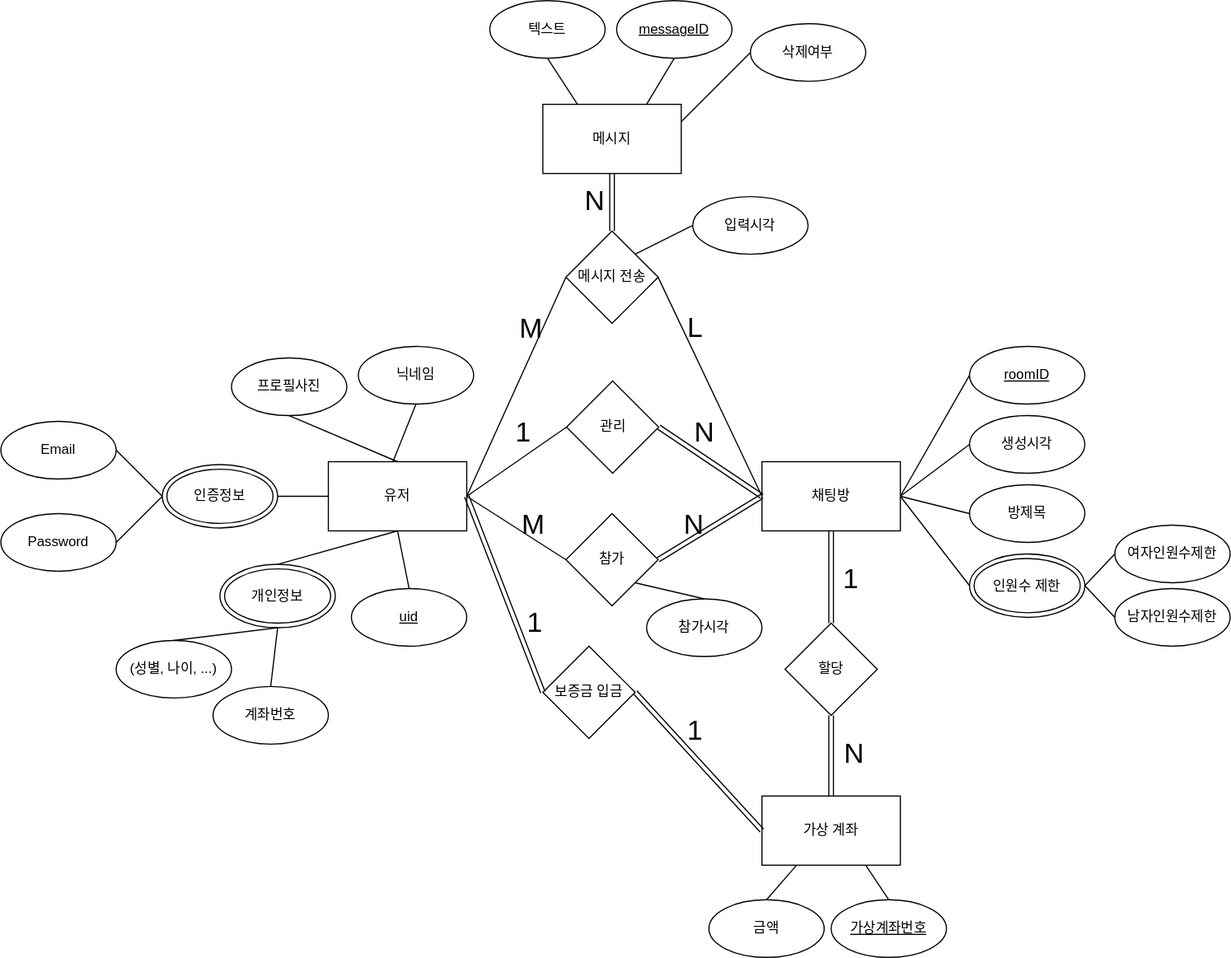
RGB234/meeting_app keeps this draw.io diagram as diagrams/DB_conceptual_design.drawio.svg. Above is the earlier version. Source tidied: cells renumbered, new cells last; positions are measured from the earlier drawing's top-left corner, leaving out a move shared by most shapes.
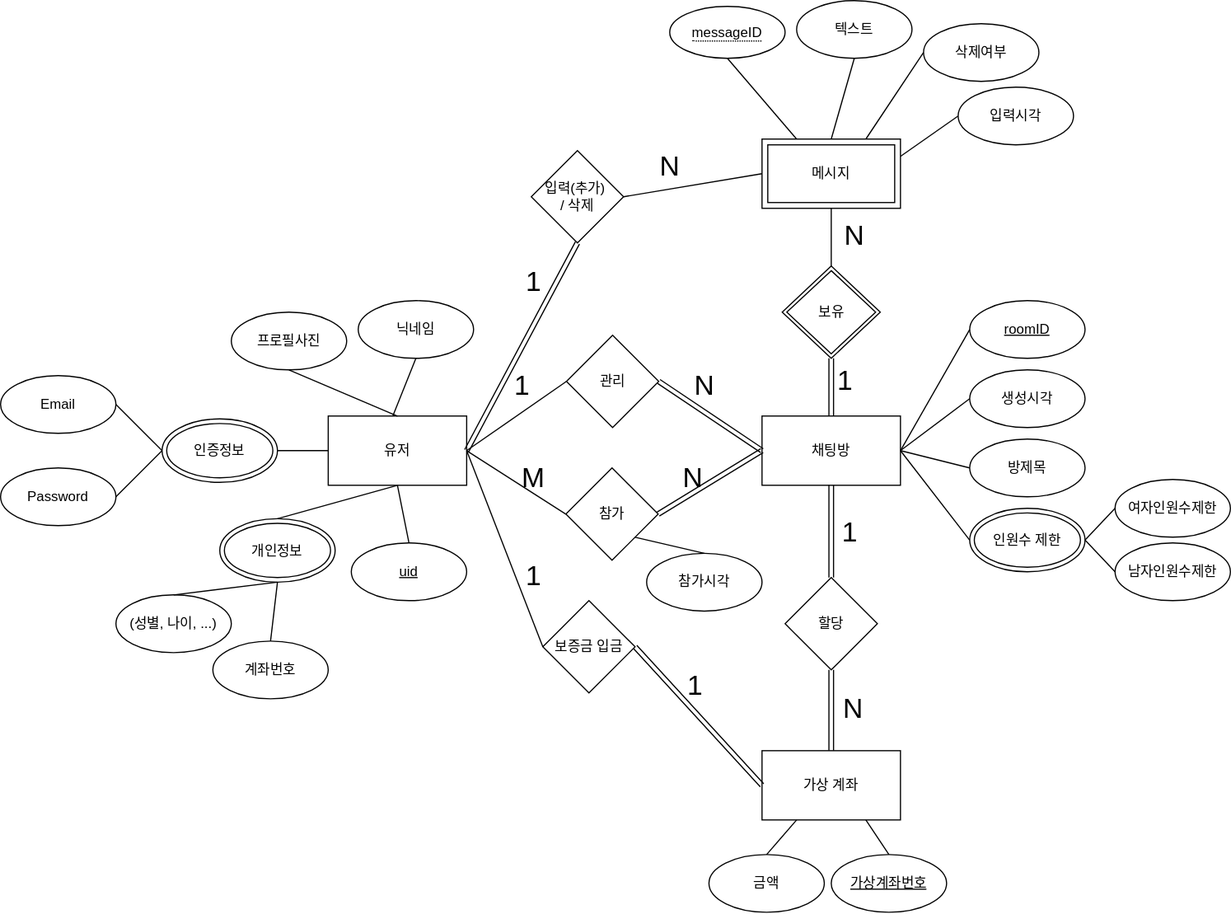
The same file after the commit.

Change to the diagram source:
```diff
@@ -14,11 +14,8 @@
     <mxCell id="5" value="채팅방" style="rounded=0;whiteSpace=wrap;html=1;" parent="1" vertex="1">
       <mxGeometry x="660" y="400" width="120" height="60" as="geometry" />
     </mxCell>
-    <mxCell id="6" value="메시지" style="rounded=0;whiteSpace=wrap;html=1;" parent="1" vertex="1">
-      <mxGeometry x="470" y="90" width="120" height="60" as="geometry" />
-    </mxCell>
-    <mxCell id="7" value="메시지 전송" style="rhombus;whiteSpace=wrap;html=1;" parent="1" vertex="1">
-      <mxGeometry x="490" y="200" width="80" height="80" as="geometry" />
+    <mxCell id="7" value="입력(추가)&amp;nbsp;&lt;div&gt;/ 삭제&lt;/div&gt;" style="rhombus;whiteSpace=wrap;html=1;" parent="1" vertex="1">
+      <mxGeometry x="460" y="170" width="80" height="80" as="geometry" />
     </mxCell>
     <mxCell id="8" value="프로필사진" style="ellipse;whiteSpace=wrap;html=1;" parent="1" vertex="1">
       <mxGeometry x="200" y="310" width="100" height="50" as="geometry" />
@@ -53,18 +50,6 @@
     <mxCell id="18" value="&lt;u&gt;roomID&lt;/u&gt;" style="ellipse;whiteSpace=wrap;html=1;" parent="1" vertex="1">
       <mxGeometry x="840" y="300" width="100" height="50" as="geometry" />
     </mxCell>
-    <mxCell id="19" value="입력시각" style="ellipse;whiteSpace=wrap;html=1;" parent="1" vertex="1">
-      <mxGeometry x="600" y="170" width="100" height="50" as="geometry" />
-    </mxCell>
-    <mxCell id="20" value="삭제여부" style="ellipse;whiteSpace=wrap;html=1;" parent="1" vertex="1">
-      <mxGeometry x="650" y="20" width="100" height="50" as="geometry" />
-    </mxCell>
-    <mxCell id="21" value="텍스트" style="ellipse;whiteSpace=wrap;html=1;" parent="1" vertex="1">
-      <mxGeometry x="424" width="100" height="50" as="geometry" />
-    </mxCell>
-    <mxCell id="22" value="&lt;u&gt;messageID&lt;/u&gt;" style="ellipse;whiteSpace=wrap;html=1;" parent="1" vertex="1">
-      <mxGeometry x="534" width="100" height="50" as="geometry" />
-    </mxCell>
     <mxCell id="23" value="참가&lt;span style=&quot;background-color: initial;&quot;&gt;시각&lt;/span&gt;" style="ellipse;whiteSpace=wrap;html=1;" parent="1" vertex="1">
       <mxGeometry x="560" y="519" width="100" height="50" as="geometry" />
     </mxCell>
@@ -118,12 +103,6 @@
     <mxCell id="39" style="endArrow=none;html=1;rounded=0;entryX=0;entryY=0.5;entryDx=0;entryDy=0;exitX=1;exitY=0.5;exitDx=0;exitDy=0;" parent="1" edge="1" source="16" target="13">
       <mxGeometry relative="1" as="geometry" />
     </mxCell>
-    <mxCell id="40" style="endArrow=none;html=1;rounded=0;entryX=0;entryY=0.5;entryDx=0;entryDy=0;exitX=1;exitY=0;exitDx=0;exitDy=0;" parent="1" edge="1" source="7" target="19">
-      <mxGeometry relative="1" as="geometry" />
-    </mxCell>
-    <mxCell id="41" style="endArrow=none;html=1;rounded=0;entryX=1;entryY=0.25;entryDx=0;entryDy=0;exitX=0;exitY=0.5;exitDx=0;exitDy=0;" parent="1" edge="1" source="20" target="6">
-      <mxGeometry relative="1" as="geometry" />
-    </mxCell>
     <mxCell id="42" style="endArrow=none;html=1;rounded=0;entryX=1;entryY=1;entryDx=0;entryDy=0;exitX=0.5;exitY=0;exitDx=0;exitDy=0;" parent="1" edge="1" source="23" target="3">
       <mxGeometry relative="1" as="geometry" />
     </mxCell>
@@ -174,36 +153,14 @@
     <mxCell id="55" style="endArrow=none;html=1;rounded=0;exitX=0.5;exitY=0;exitDx=0;exitDy=0;entryX=0.25;entryY=1;entryDx=0;entryDy=0;" parent="1" edge="1" source="53" target="64">
       <mxGeometry relative="1" as="geometry" />
     </mxCell>
-    <mxCell id="56" style="shape=link;html=1;rounded=0;exitX=0.5;exitY=0;exitDx=0;exitDy=0;entryX=0.5;entryY=1;entryDx=0;entryDy=0;" parent="1" edge="1" source="7" target="6">
-      <mxGeometry relative="1" as="geometry" />
-    </mxCell>
-    <mxCell id="57" value="N" style="html=1;whiteSpace=wrap;align=right;verticalAlign=bottom;fontSize=24;" parent="56" vertex="1">
-      <mxGeometry x="1" relative="1" as="geometry">
-        <mxPoint x="-6" y="40" as="offset" />
-      </mxGeometry>
-    </mxCell>
-    <mxCell id="58" style="endArrow=none;html=1;rounded=0;exitX=0;exitY=0.5;exitDx=0;exitDy=0;entryX=1;entryY=0.5;entryDx=0;entryDy=0;" parent="1" edge="1" source="7" target="4">
-      <mxGeometry relative="1" as="geometry" />
-    </mxCell>
-    <mxCell id="59" value="M" style="html=1;whiteSpace=wrap;align=right;verticalAlign=bottom;fontSize=24;direction=south;" parent="58" vertex="1">
-      <mxGeometry x="1" relative="1" as="geometry">
-        <mxPoint x="66" y="-130" as="offset" />
-      </mxGeometry>
-    </mxCell>
-    <mxCell id="60" style="endArrow=none;html=1;rounded=0;entryX=1;entryY=0.5;entryDx=0;entryDy=0;exitX=0;exitY=0.5;exitDx=0;exitDy=0;" parent="1" edge="1" source="5" target="7">
+    <mxCell id="60" style="endArrow=none;html=1;rounded=0;entryX=1;entryY=0.5;entryDx=0;entryDy=0;exitX=0;exitY=0.5;exitDx=0;exitDy=0;" parent="1" edge="1" source="6" target="7">
       <mxGeometry relative="1" as="geometry" />
     </mxCell>
-    <mxCell id="61" value="L" style="html=1;whiteSpace=wrap;align=right;verticalAlign=bottom;fontSize=24;direction=south;" parent="60" vertex="1">
+    <mxCell id="61" value="N" style="html=1;whiteSpace=wrap;align=right;verticalAlign=bottom;fontSize=24;direction=south;" parent="60" vertex="1">
       <mxGeometry x="1" relative="1" as="geometry">
-        <mxPoint x="39" y="60" as="offset" />
+        <mxPoint x="50" y="-10" as="offset" />
       </mxGeometry>
     </mxCell>
-    <mxCell id="62" style="endArrow=none;html=1;rounded=0;entryX=0.75;entryY=0;entryDx=0;entryDy=0;exitX=0.5;exitY=1;exitDx=0;exitDy=0;" parent="1" edge="1" source="22" target="6">
-      <mxGeometry relative="1" as="geometry" />
-    </mxCell>
-    <mxCell id="63" style="endArrow=none;html=1;rounded=0;entryX=0.25;entryY=0;entryDx=0;entryDy=0;exitX=0.5;exitY=1;exitDx=0;exitDy=0;" parent="1" edge="1" source="21" target="6">
-      <mxGeometry relative="1" as="geometry" />
-    </mxCell>
     <mxCell id="64" value="가상 계좌" style="rounded=0;whiteSpace=wrap;html=1;" parent="1" vertex="1">
       <mxGeometry x="660" y="690" width="120" height="60" as="geometry" />
     </mxCell>
@@ -249,8 +206,62 @@
     <mxCell id="76" value="1" style="html=1;whiteSpace=wrap;align=right;verticalAlign=bottom;fontSize=24;" parent="1" vertex="1">
       <mxGeometry x="470" y="555" as="geometry" />
     </mxCell>
-    <mxCell id="77" style="shape=link;html=1;rounded=0;entryX=1;entryY=0.5;entryDx=0;entryDy=0;exitX=0;exitY=0.5;exitDx=0;exitDy=0;" parent="1" edge="1" source="69" target="4">
-      <mxGeometry relative="1" as="geometry" />
-    </mxCell>
+    <mxCell id="78" style="endArrow=none;html=1;rounded=0;entryX=0;entryY=0.5;entryDx=0;entryDy=0;exitX=1;exitY=0.5;exitDx=0;exitDy=0;" parent="1" edge="1" source="4" target="69">
+      <mxGeometry relative="1" as="geometry" />
+    </mxCell>
+    <mxCell id="19" value="입력시각" style="ellipse;whiteSpace=wrap;html=1;" parent="1" vertex="1">
+      <mxGeometry x="830" y="115" width="100" height="50" as="geometry" />
+    </mxCell>
+    <mxCell id="79" style="endArrow=none;html=1;rounded=0;entryX=0;entryY=0.5;entryDx=0;entryDy=0;exitX=1;exitY=0.25;exitDx=0;exitDy=0;" parent="1" edge="1" source="6" target="19">
+      <mxGeometry relative="1" as="geometry" />
+    </mxCell>
+    <mxCell id="20" value="삭제여부" style="ellipse;whiteSpace=wrap;html=1;" parent="1" vertex="1">
+      <mxGeometry x="800" y="60" width="100" height="50" as="geometry" />
+    </mxCell>
+    <mxCell id="21" value="텍스트" style="ellipse;whiteSpace=wrap;html=1;" parent="1" vertex="1">
+      <mxGeometry x="690" y="40" width="100" height="50" as="geometry" />
+    </mxCell>
+    <mxCell id="41" style="endArrow=none;html=1;rounded=0;entryX=0.75;entryY=0;entryDx=0;entryDy=0;exitX=0;exitY=0.5;exitDx=0;exitDy=0;" parent="1" edge="1" source="20" target="6">
+      <mxGeometry relative="1" as="geometry" />
+    </mxCell>
+    <mxCell id="62" style="endArrow=none;html=1;rounded=0;entryX=0.25;entryY=0;entryDx=0;entryDy=0;exitX=0.5;exitY=1;exitDx=0;exitDy=0;" parent="1" edge="1" source="22" target="6">
+      <mxGeometry relative="1" as="geometry" />
+    </mxCell>
+    <mxCell id="63" style="endArrow=none;html=1;rounded=0;entryX=0.5;entryY=0;entryDx=0;entryDy=0;exitX=0.5;exitY=1;exitDx=0;exitDy=0;" parent="1" edge="1" source="21" target="6">
+      <mxGeometry relative="1" as="geometry" />
+    </mxCell>
+    <mxCell id="80" value="보유" style="shape=rhombus;double=1;perimeter=rhombusPerimeter;whiteSpace=wrap;html=1;align=center;" parent="1" vertex="1">
+      <mxGeometry x="677.5" y="270" width="85" height="80" as="geometry" />
+    </mxCell>
+    <mxCell id="6" value="메시지" style="shape=ext;margin=3;double=1;whiteSpace=wrap;html=1;align=center;" parent="1" vertex="1">
+      <mxGeometry x="660" y="160" width="120" height="60" as="geometry" />
+    </mxCell>
+    <mxCell id="22" value="&lt;span style=&quot;border-bottom: 1px dotted&quot;&gt;messageID&lt;/span&gt;" style="ellipse;whiteSpace=wrap;html=1;align=center;" parent="1" vertex="1">
+      <mxGeometry x="580" y="45" width="100" height="45" as="geometry" />
+    </mxCell>
+    <mxCell id="81" style="shape=link;html=1;rounded=0;entryX=0.5;entryY=1;entryDx=0;entryDy=0;exitX=0.5;exitY=0;exitDx=0;exitDy=0;" parent="1" edge="1" source="5" target="80">
+      <mxGeometry relative="1" as="geometry" />
+    </mxCell>
+    <mxCell id="82" value="1" style="html=1;whiteSpace=wrap;align=right;verticalAlign=bottom;fontSize=24;" parent="81" vertex="1">
+      <mxGeometry x="1" relative="1" as="geometry">
+        <mxPoint x="20" y="36" as="offset" />
+      </mxGeometry>
+    </mxCell>
+    <mxCell id="83" style="endArrow=none;html=1;rounded=0;entryX=0.5;entryY=0;entryDx=0;entryDy=0;exitX=0.5;exitY=1;exitDx=0;exitDy=0;" parent="1" edge="1" source="6" target="80">
+      <mxGeometry relative="1" as="geometry" />
+    </mxCell>
+    <mxCell id="57" value="N" style="html=1;whiteSpace=wrap;align=right;verticalAlign=bottom;fontSize=24;direction=south;" parent="83" vertex="1">
+      <mxGeometry x="1" relative="1" as="geometry">
+        <mxPoint x="30" y="-11" as="offset" />
+      </mxGeometry>
+    </mxCell>
+    <mxCell id="84" style="shape=link;html=1;rounded=0;entryX=0.5;entryY=1;entryDx=0;entryDy=0;exitX=1;exitY=0.5;exitDx=0;exitDy=0;" parent="1" edge="1" source="4" target="7">
+      <mxGeometry relative="1" as="geometry" />
+    </mxCell>
+    <mxCell id="85" value="1" style="html=1;whiteSpace=wrap;align=right;verticalAlign=bottom;fontSize=24;" parent="84" vertex="1">
+      <mxGeometry x="1" relative="1" as="geometry">
+        <mxPoint x="-30" y="50" as="offset" />
+      </mxGeometry>
+    </mxCell>
   </root>
 </mxGraphModel>
```
